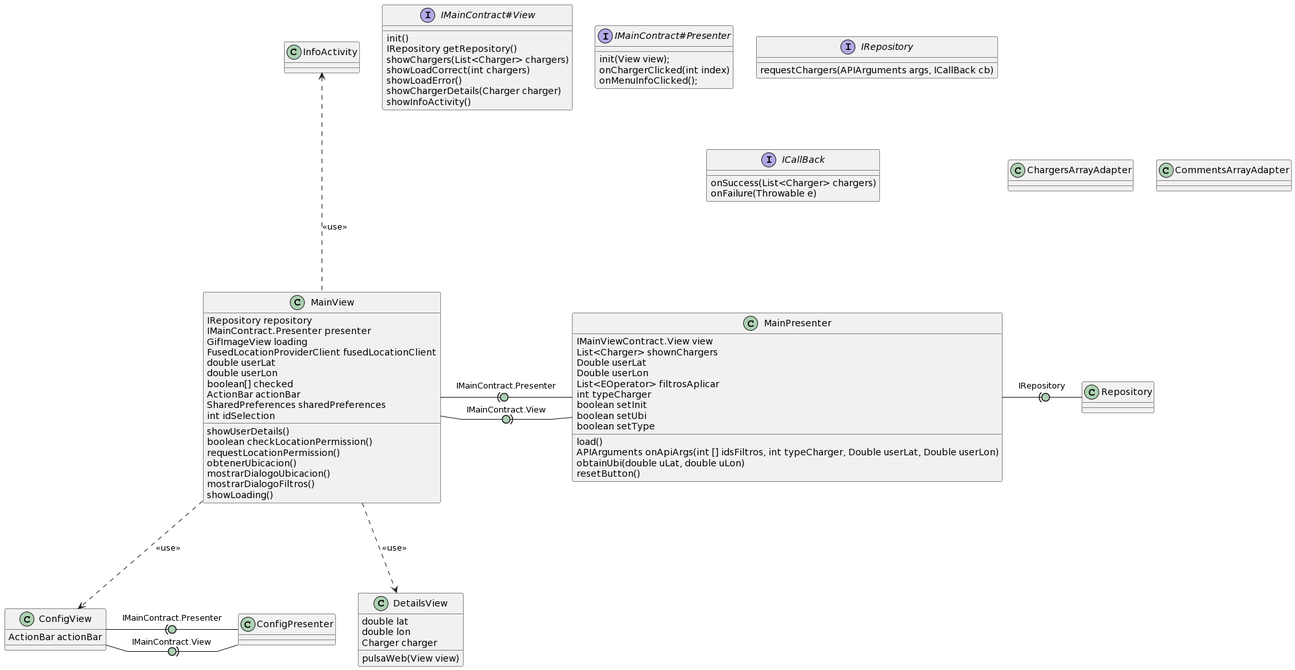
Before: Docs/Models/Arquitectura.png, a diagram exported from PlantUML (isunican/App-CarChargers-Grupo3).
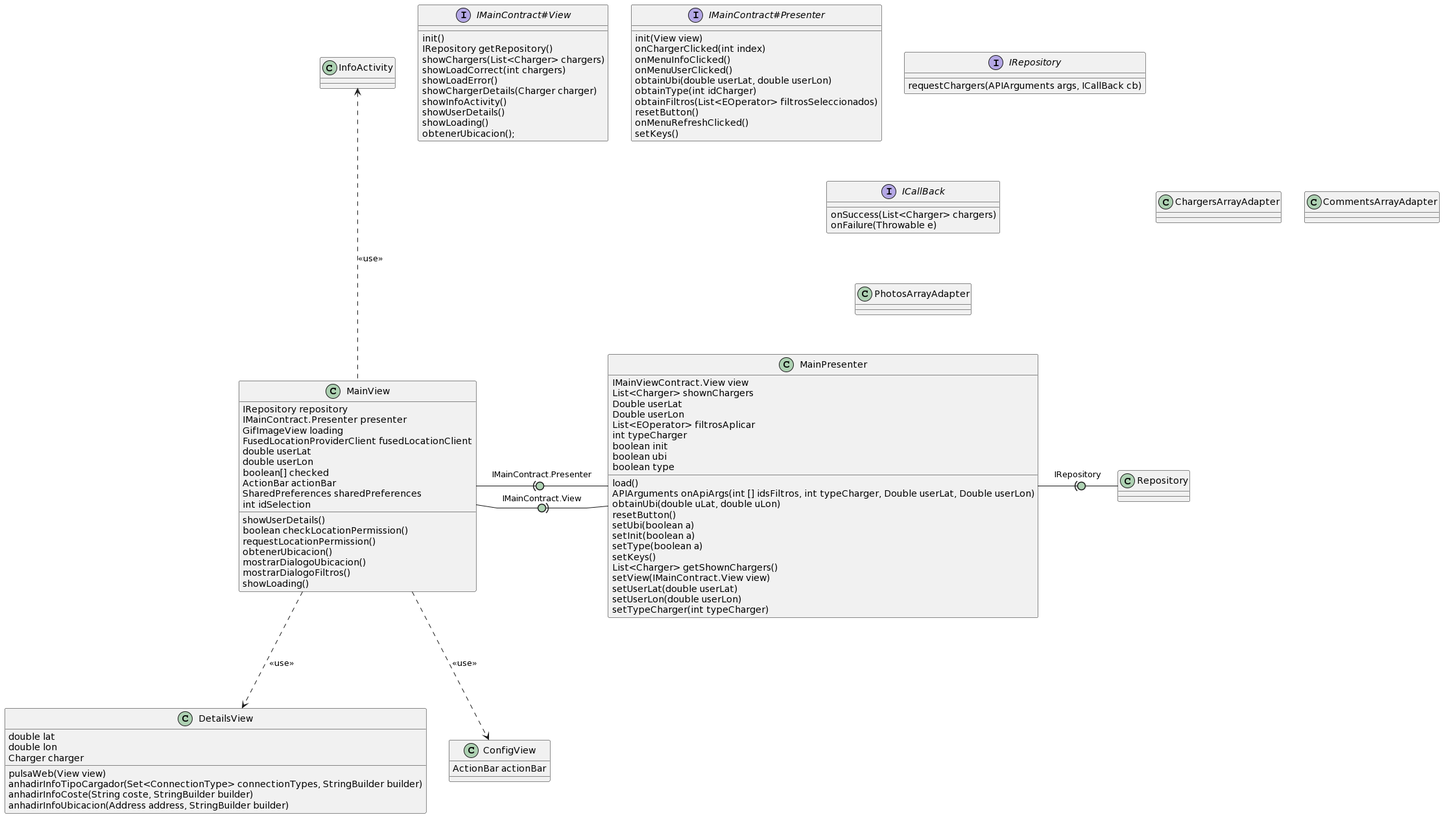
Above is the later version.

The edit, as a diff of the source:
```diff
@@ -7,8 +7,7 @@
 MainView -up..-> InfoActivity : <<use>>
 MainView -down..> DetailsView : <<use>>
 MainView -down..> ConfigView : <<use>>
-ConfigView -right(0- ConfigPresenter : IMainContract.Presenter
-ConfigView -right0)- ConfigPresenter : IMainContract.View
+
 
 MainPresenter -right(0- Repository : IRepository
 
@@ -26,13 +25,22 @@
    Double userLon
    List<EOperator> filtrosAplicar
    int typeCharger
-   boolean setInit
-   boolean setUbi
-   boolean setType
+   boolean init
+   boolean ubi
+   boolean type
    load()
    APIArguments onApiArgs(int [] idsFiltros, int typeCharger, Double userLat, Double userLon)
    obtainUbi(double uLat, double uLon)
    resetButton()
+   setUbi(boolean a)
+   setInit(boolean a)
+   setType(boolean a)
+   setKeys()
+   List<Charger> getShownChargers()
+   setView(IMainContract.View view)
+   setUserLat(double userLat)
+   setUserLon(double userLon)
+   setTypeCharger(int typeCharger)
 }
 
 class MainView {
@@ -61,6 +69,8 @@
 
 class CommentsArrayAdapter {}
 
+class PhotosArrayAdapter {}
+
 class ConfigView {
    ActionBar actionBar
 }
@@ -69,6 +79,9 @@
    double lon
    Charger charger
    pulsaWeb(View view)
+   anhadirInfoTipoCargador(Set<ConnectionType> connectionTypes, StringBuilder builder)
+   anhadirInfoCoste(String coste, StringBuilder builder)
+   anhadirInfoUbicacion(Address address, StringBuilder builder)
 }
 
 interface IMainContract#View {
@@ -79,12 +92,22 @@
     showLoadError()
     showChargerDetails(Charger charger)
     showInfoActivity()
+    showUserDetails()
+    showLoading()
+    obtenerUbicacion();
 }
 
 interface IMainContract#Presenter {
-   init(View view);
+   init(View view)
    onChargerClicked(int index)
-   onMenuInfoClicked();
+   onMenuInfoClicked()
+   onMenuUserClicked()
+   obtainUbi(double userLat, double userLon)
+   obtainType(int idCharger)
+   obtainFiltros(List<EOperator> filtrosSeleccionados)
+   resetButton()
+   onMenuRefreshClicked()
+   setKeys()
 }
 
 interface IRepository {
```
